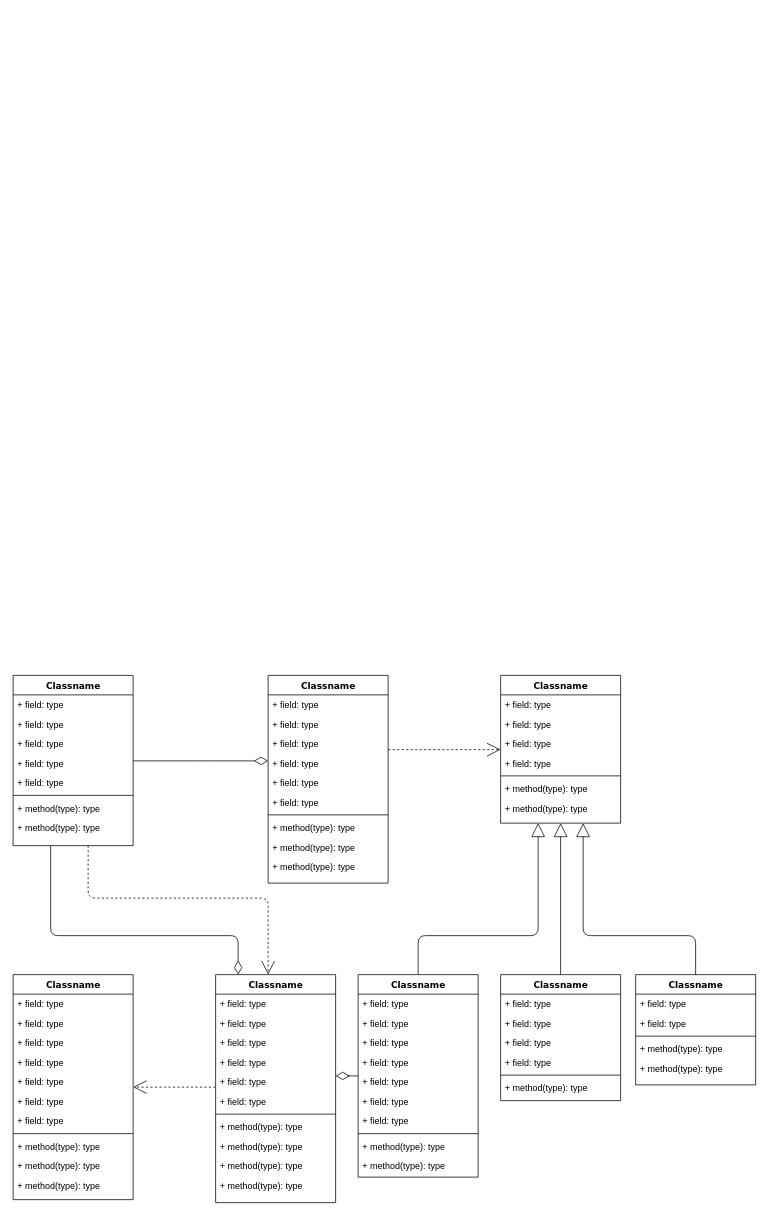
Above: Untitled Diagram.drawio in vems04/Practice- (draw.io), before the change. Source tidied: cells renumbered, new cells numbered last; positions are measured from the earlier drawing's top-left corner, leaving out a move shared by most shapes. Both pictures are drawn from the tidied source at 75%, with x=0, y=0 at pixel (13, 675).
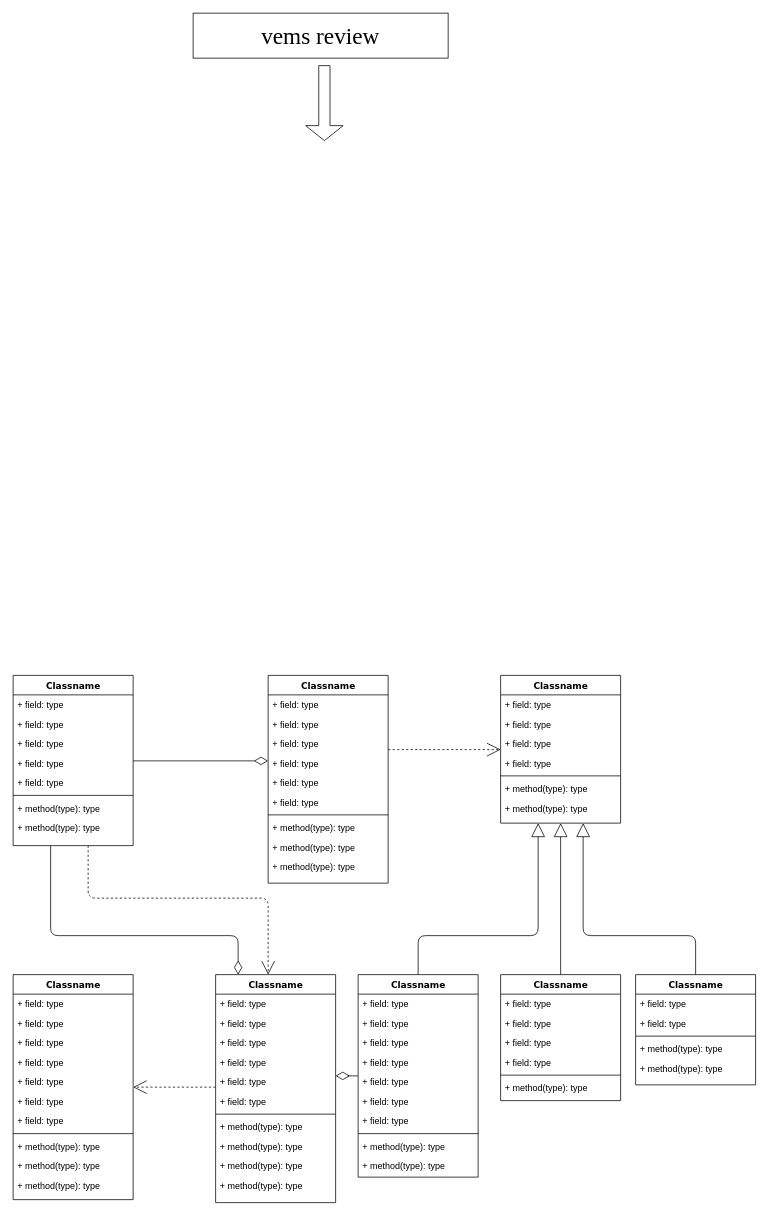
After the change.

The edit, as a diff of the source:
```diff
@@
+    <mxCell id="87" value="&lt;font face=&quot;Times New Roman&quot;&gt;&lt;span style=&quot;font-size: 31px;&quot;&gt;vems review&lt;/span&gt;&lt;/font&gt;" style="rounded=0;whiteSpace=wrap;html=1;" parent="1" vertex="1">
+      <mxGeometry x="240" y="-883" width="340" height="60" as="geometry" />
+    </mxCell>
+    <mxCell id="88" style="shape=singleArrow;direction=south;whiteSpace=wrap;html=1;fontFamily=Times New Roman;fontSize=31;" parent="1" vertex="1">
+      <mxGeometry x="390" y="-813" width="50" height="100" as="geometry" />
+    </mxCell>
```
